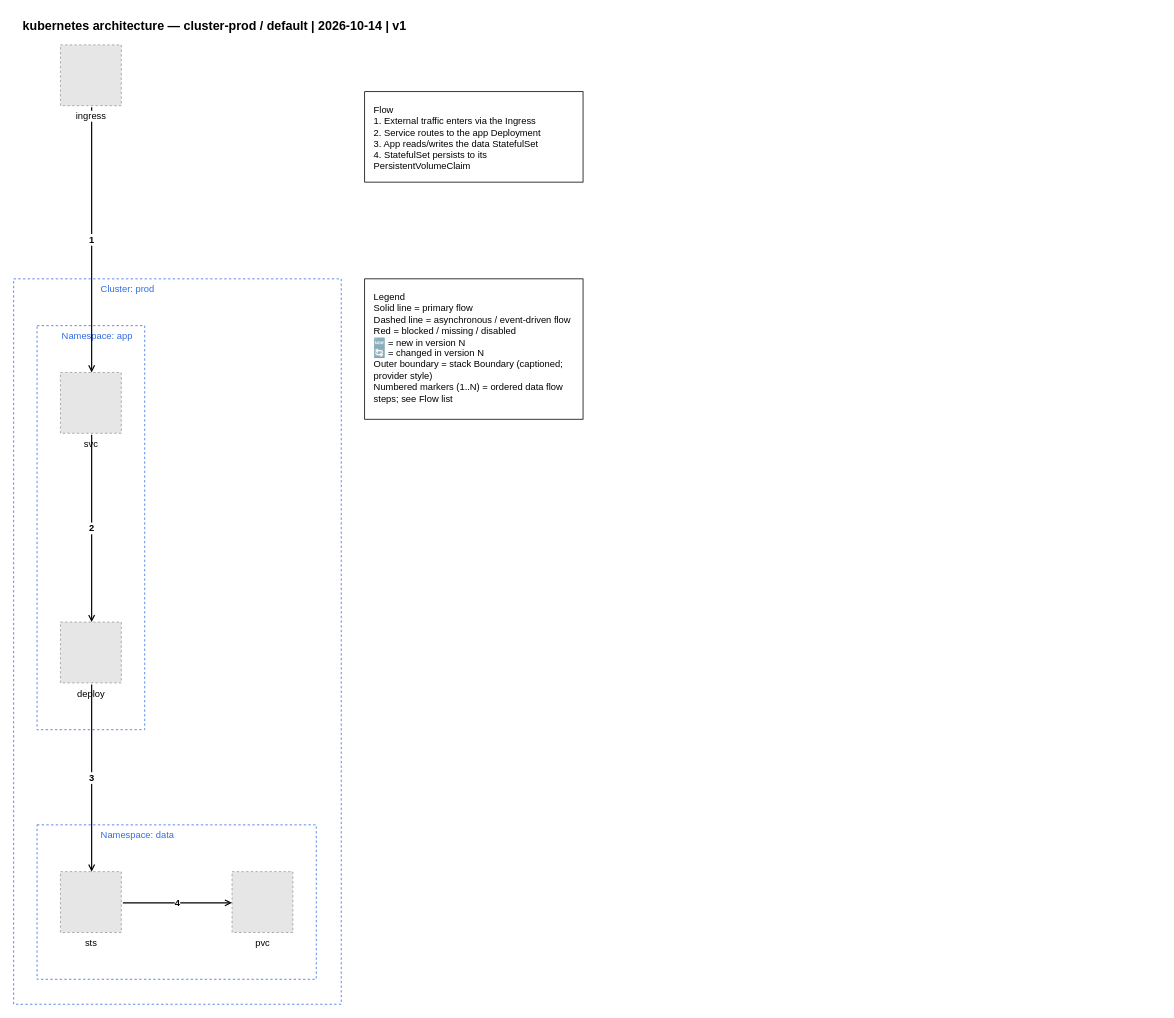
This is examples/kubernetes/01-kubernetes-architecture-summary.drawio from totoshko88/Cloud_Architecture, a draw.io file, before an edit. Source tidied: cells renumbered, new cells numbered last; positions are measured from the earlier drawing's top-left corner, leaving out a move shared by most shapes. Both pictures are drawn from the tidied source at 78%, with x=0, y=0 at pixel (13, 13). Pictures stored in the file or linked from it are replaced by grey dashed boxes.
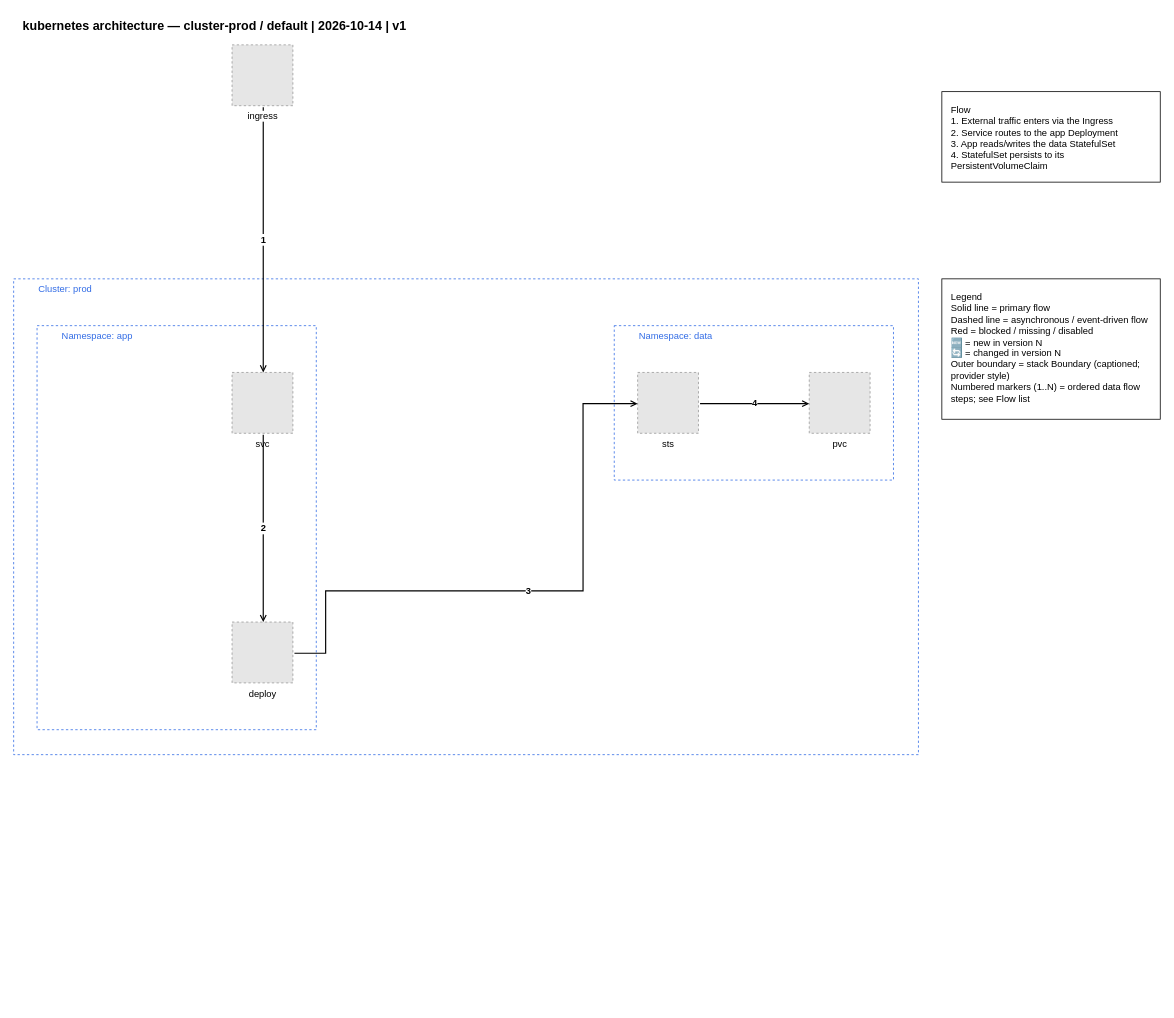
After the change.

What changed in the source:
```diff
@@
 <mxGraphModel>
   <root>
     <mxCell id="0" />
     <mxCell id="1" parent="0" />
     <mxCell id="2" value="kubernetes architecture — cluster-prod / default | 2026-10-14 | v1" style="text;html=1;strokeColor=none;fillColor=none;align=left;verticalAlign=middle;fontSize=16;fontStyle=1;" parent="1" vertex="1">
       <mxGeometry x="10" width="900" height="30" as="geometry" />
     </mxCell>
-    <mxCell id="3" value="Cluster: prod" style="rounded=0;whiteSpace=wrap;html=1;fillColor=none;strokeColor=#326CE5;dashed=1;verticalAlign=top;fontColor=#326CE5;fontSize=12;align=left;spacingLeft=110;" parent="1" vertex="1">
-      <mxGeometry y="340" width="420" height="930" as="geometry" />
+    <mxCell id="3" value="Cluster: prod" style="rounded=0;whiteSpace=wrap;html=1;fillColor=none;strokeColor=#326CE5;dashed=1;verticalAlign=top;align=left;spacingLeft=30;fontColor=#326CE5;fontSize=12;" parent="1" vertex="1">
+      <mxGeometry y="340" width="1160" height="610" as="geometry" />
     </mxCell>
     <mxCell id="4" value="Namespace: app" style="rounded=0;whiteSpace=wrap;html=1;fillColor=none;strokeColor=#326CE5;dashed=1;verticalAlign=top;align=left;spacingLeft=30;fontColor=#326CE5;fontSize=12;" parent="1" vertex="1">
-      <mxGeometry x="30" y="400" width="138" height="518" as="geometry" />
+      <mxGeometry x="30" y="400" width="358" height="518" as="geometry" />
     </mxCell>
-    <mxCell id="5" value="Namespace: data" style="rounded=0;whiteSpace=wrap;html=1;fillColor=none;strokeColor=#326CE5;dashed=1;verticalAlign=top;fontColor=#326CE5;fontSize=12;align=left;spacingLeft=80;" parent="1" vertex="1">
-      <mxGeometry x="30" y="1040" width="358" height="198" as="geometry" />
+    <mxCell id="5" value="Namespace: data" style="rounded=0;whiteSpace=wrap;html=1;fillColor=none;strokeColor=#326CE5;dashed=1;verticalAlign=top;align=left;spacingLeft=30;fontColor=#326CE5;fontSize=12;" parent="1" vertex="1">
+      <mxGeometry x="770" y="400" width="358" height="198" as="geometry" />
     </mxCell>
     <mxCell id="6" value="1" style="edgeStyle=orthogonalEdgeStyle;rounded=0;html=1;endArrow=open;endFill=0;strokeWidth=1.5;exitX=0.5128205128205128;exitY=1.0256410256410255;exitDx=0;exitDy=0;exitPerimeter=0;entryX=0.5128205128205128;entryY=0.0;entryDx=0;entryDy=0;fontSize=12;fontStyle=1;" parent="1" edge="1" source="9" target="10">
       <mxGeometry relative="1" as="geometry" />
     </mxCell>
     <mxCell id="7" value="2" style="edgeStyle=orthogonalEdgeStyle;rounded=0;html=1;endArrow=open;endFill=0;strokeWidth=1.5;exitX=0.5128205128205128;exitY=1.0256410256410255;exitDx=0;exitDy=0;exitPerimeter=0;entryX=0.5128205128205128;entryY=0.0;entryDx=0;entryDy=0;fontSize=12;fontStyle=1;" parent="1" edge="1" source="10" target="11">
       <mxGeometry relative="1" as="geometry" />
     </mxCell>
-    <mxCell id="8" value="3" style="edgeStyle=orthogonalEdgeStyle;rounded=0;html=1;endArrow=open;endFill=0;strokeWidth=1.5;exitX=0.5128205128205128;exitY=1.0256410256410255;exitDx=0;exitDy=0;exitPerimeter=0;entryX=0.5128205128205128;entryY=0.0;entryDx=0;entryDy=0;fontSize=12;fontStyle=1;" parent="1" edge="1" source="11" target="12">
-      <mxGeometry relative="1" as="geometry" />
-    </mxCell>
     <mxCell id="9" value="ingress" style="fillColor=#E6E6E6;strokeColor=#999999;dashed=1;verticalLabelPosition=bottom;verticalAlign=top;html=1;align=center;fontSize=12;labelBackgroundColor=#FFFFFF;" parent="1" vertex="1">
-      <mxGeometry x="60" y="40" width="78" height="78" as="geometry" />
+      <mxGeometry x="280" y="40" width="78" height="78" as="geometry" />
     </mxCell>
     <mxCell id="10" value="svc" style="fillColor=#E6E6E6;strokeColor=#999999;dashed=1;verticalLabelPosition=bottom;verticalAlign=top;html=1;align=center;fontSize=12;labelBackgroundColor=#FFFFFF;" parent="4" vertex="1">
-      <mxGeometry x="30" y="60" width="78" height="78" as="geometry" />
+      <mxGeometry x="250" y="60" width="78" height="78" as="geometry" />
     </mxCell>
-    <mxCell id="11" value="deploy" style="fillColor=#E6E6E6;strokeColor=#999999;dashed=1;verticalLabelPosition=bottom;verticalAlign=top;html=1;align=center;fontSize=12;labelBackgroundColor=#FFFFFF;" parent="4" vertex="1">
-      <mxGeometry x="30" y="380" width="78" height="78" as="geometry" />
+    <mxCell id="11" value="deploy" style="fillColor=#E6E6E6;strokeColor=#999999;dashed=1;verticalLabelPosition=bottom;verticalAlign=top;html=1;align=center;fontSize=12;" parent="4" vertex="1">
+      <mxGeometry x="250" y="380" width="78" height="78" as="geometry" />
     </mxCell>
     <mxCell id="12" value="sts" style="fillColor=#E6E6E6;strokeColor=#999999;dashed=1;verticalLabelPosition=bottom;verticalAlign=top;html=1;align=center;fontSize=12;" parent="5" vertex="1">
       <mxGeometry x="30" y="60" width="78" height="78" as="geometry" />
     </mxCell>
     <mxCell id="13" value="pvc" style="fillColor=#E6E6E6;strokeColor=#999999;dashed=1;verticalLabelPosition=bottom;verticalAlign=top;html=1;align=center;fontSize=12;" parent="5" vertex="1">
       <mxGeometry x="250" y="60" width="78" height="78" as="geometry" />
     </mxCell>
+    <mxCell id="8" value="3" style="edgeStyle=orthogonalEdgeStyle;rounded=0;html=1;endArrow=open;endFill=0;strokeWidth=1.5;exitX=1.0256410256410255;exitY=0.5128205128205128;exitDx=0;exitDy=0;exitPerimeter=0;entryX=0.0;entryY=0.5128205128205128;entryDx=0;entryDy=0;fontSize=12;fontStyle=1;" parent="1" edge="1" source="11" target="12">
+      <mxGeometry relative="1" as="geometry">
+        <Array as="points">
+          <mxPoint x="400" y="820" />
+          <mxPoint x="400" y="740" />
+          <mxPoint x="730" y="740" />
+          <mxPoint x="730" y="500" />
+        </Array>
+      </mxGeometry>
+    </mxCell>
     <mxCell id="14" value="4" style="edgeStyle=orthogonalEdgeStyle;rounded=0;html=1;endArrow=open;endFill=0;strokeWidth=1.5;exitX=1.0256410256410255;exitY=0.5128205128205128;exitDx=0;exitDy=0;exitPerimeter=0;entryX=0.0;entryY=0.5128205128205128;entryDx=0;entryDy=0;fontSize=12;fontStyle=1;" parent="1" edge="1" source="12" target="13">
       <mxGeometry relative="1" as="geometry" />
     </mxCell>
     <mxCell id="15" value="Flow&#10;1. External traffic enters via the Ingress&#10;2. Service routes to the app Deployment&#10;3. App reads/writes the data StatefulSet&#10;4. StatefulSet persists to its PersistentVolumeClaim" style="text;html=1;align=left;verticalAlign=top;fontSize=12;whiteSpace=wrap;strokeColor=#000000;fillColor=#FFFFFF;spacingLeft=10;spacingRight=10;spacingTop=10;spacingBottom=10;" parent="1" vertex="1">
-      <mxGeometry x="450" y="100" width="280" height="116" as="geometry" />
+      <mxGeometry x="1190" y="100" width="280" height="116" as="geometry" />
     </mxCell>
     <mxCell id="16" value="Legend&#10;Solid line = primary flow&#10;Dashed line = asynchronous / event-driven flow&#10;Red = blocked / missing / disabled&#10;🆕 = new in version N&#10;🔄 = changed in version N&#10;Outer boundary = stack Boundary (captioned; provider style)&#10;Numbered markers (1..N) = ordered data flow steps; see Flow list" style="text;html=1;align=left;verticalAlign=top;fontSize=12;whiteSpace=wrap;strokeColor=#000000;fillColor=#FFFFFF;spacingLeft=10;spacingRight=10;spacingTop=10;spacingBottom=10;" parent="1" vertex="1">
-      <mxGeometry x="450" y="340" width="280" height="180" as="geometry" />
+      <mxGeometry x="1190" y="340" width="280" height="180" as="geometry" />
     </mxCell>
   </root>
 </mxGraphModel>
```
